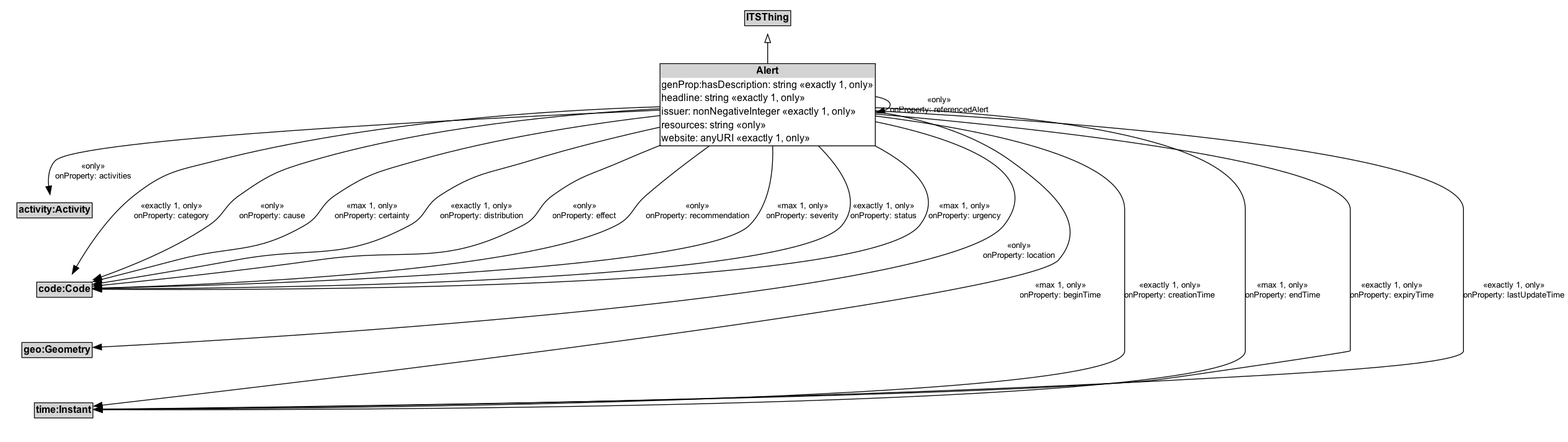
The Graphviz diagram docs/diagrams/Alert.png in k-vaughn/5087, before a commit. Its source is kept beside it as docs/diagrams/Alert.dot. Source of this version:
```dot
digraph {
	graph [overlap=false rankdir=TB splines=true]
	node [fontname=Arial fontsize=12 margin=0 shape=none]
	edge [fontname=Arial fontsize=10]
	ITSThing [label=<<TABLE BORDER="1" CELLBORDER="0" CELLSPACING="0" CELLPADDING="1"><TR><TD BGCOLOR="lightgray" ALIGN="CENTER"><B>ITSThing</B></TD></TR></TABLE>> margin=0]
	{
		rank=max
		Alert [label=<<TABLE BORDER="1" CELLBORDER="0" CELLSPACING="0" CELLPADDING="1"><TR><TD BGCOLOR="lightgray" ALIGN="CENTER" PORT="e"><B>Alert</B></TD></TR><TR><TD ALIGN="LEFT">genProp:hasDescription: string «exactly 1, only»</TD></TR><TR><TD ALIGN="LEFT">headline: string «exactly 1, only»</TD></TR><TR><TD ALIGN="LEFT">issuer: nonNegativeInteger «exactly 1, only»</TD></TR><TR><TD ALIGN="LEFT">resources: string «only»</TD></TR><TR><TD ALIGN="LEFT">website: anyURI «exactly 1, only»</TD></TR></TABLE>> margin=0]
	}
	subgraph cluster_associated {
		label="" style=invis
		Invis [label=<<TABLE BORDER="0" CELLBORDER="0" CELLSPACING="0" CELLPADDING="1"><TR><TD></TD></TR></TABLE>> margin=0 style=invis]
		activity_Activity [label=<<TABLE BORDER="1" CELLBORDER="0" CELLSPACING="0" CELLPADDING="1"><TR><TD BGCOLOR="lightgray" ALIGN="CENTER"><B>activity:Activity</B></TD></TR></TABLE>> margin=0]
		code_Code [label=<<TABLE BORDER="1" CELLBORDER="0" CELLSPACING="0" CELLPADDING="1"><TR><TD BGCOLOR="lightgray" ALIGN="CENTER"><B>code:Code</B></TD></TR></TABLE>> margin=0]
		geo_Geometry [label=<<TABLE BORDER="1" CELLBORDER="0" CELLSPACING="0" CELLPADDING="1"><TR><TD BGCOLOR="lightgray" ALIGN="CENTER"><B>geo:Geometry</B></TD></TR></TABLE>> margin=0]
		time_Instant [label=<<TABLE BORDER="1" CELLBORDER="0" CELLSPACING="0" CELLPADDING="1"><TR><TD BGCOLOR="lightgray" ALIGN="CENTER"><B>time:Instant</B></TD></TR></TABLE>> margin=0]
	}
	Alert -> ITSThing [arrowhead=onormal style=solid]
	Alert -> Invis [style=invis]
	Invis -> activity_Activity [style=invis]
	activity_Activity -> code_Code [style=invis]
	code_Code -> geo_Geometry [style=invis]
	geo_Geometry -> time_Instant [style=invis]
	Alert -> activity_Activity [label="«only»\nonProperty: activities" arrowhead=normal style=solid]
	Alert -> time_Instant [label="«max 1, only»\nonProperty: beginTime" arrowhead=normal style=solid]
	Alert -> code_Code [label="«exactly 1, only»\nonProperty: category" arrowhead=normal style=solid]
	Alert -> code_Code [label="«only»\nonProperty: cause" arrowhead=normal style=solid]
	Alert -> code_Code [label="«max 1, only»\nonProperty: certainty" arrowhead=normal style=solid]
	Alert -> time_Instant [label="«exactly 1, only»\nonProperty: creationTime" arrowhead=normal style=solid]
	Alert -> code_Code [label="«exactly 1, only»\nonProperty: distribution" arrowhead=normal style=solid]
	Alert -> code_Code [label="«only»\nonProperty: effect" arrowhead=normal style=solid]
	Alert -> time_Instant [label="«max 1, only»\nonProperty: endTime" arrowhead=normal style=solid]
	Alert -> time_Instant [label="«exactly 1, only»\nonProperty: expiryTime" arrowhead=normal style=solid]
	Alert -> time_Instant [label="«exactly 1, only»\nonProperty: lastUpdateTime" arrowhead=normal style=solid]
	Alert -> geo_Geometry [label="«only»\nonProperty: location" arrowhead=normal style=solid]
	Alert -> code_Code [label="«only»\nonProperty: recommendation" arrowhead=normal style=solid]
	Alert -> Alert [label="«only»\nonProperty: referencedAlert" style=solid]
	Alert -> code_Code [label="«max 1, only»\nonProperty: severity" arrowhead=normal style=solid]
	Alert -> code_Code [label="«exactly 1, only»\nonProperty: status" arrowhead=normal style=solid]
	Alert -> code_Code [label="«max 1, only»\nonProperty: urgency" arrowhead=normal style=solid]
}
```
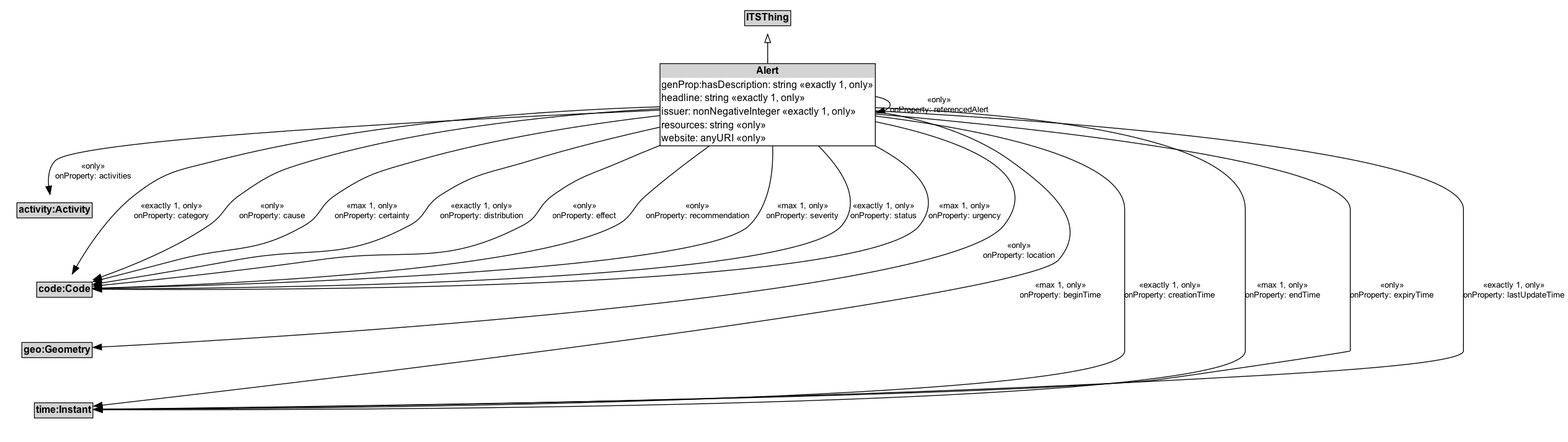
The same diagram one commit later.

What changed in the source:
```diff
@@ -5,7 +5,7 @@
 	ITSThing [label=<<TABLE BORDER="1" CELLBORDER="0" CELLSPACING="0" CELLPADDING="1"><TR><TD BGCOLOR="lightgray" ALIGN="CENTER"><B>ITSThing</B></TD></TR></TABLE>> margin=0]
 	{
 		rank=max
-		Alert [label=<<TABLE BORDER="1" CELLBORDER="0" CELLSPACING="0" CELLPADDING="1"><TR><TD BGCOLOR="lightgray" ALIGN="CENTER" PORT="e"><B>Alert</B></TD></TR><TR><TD ALIGN="LEFT">genProp:hasDescription: string «exactly 1, only»</TD></TR><TR><TD ALIGN="LEFT">headline: string «exactly 1, only»</TD></TR><TR><TD ALIGN="LEFT">issuer: nonNegativeInteger «exactly 1, only»</TD></TR><TR><TD ALIGN="LEFT">resources: string «only»</TD></TR><TR><TD ALIGN="LEFT">website: anyURI «exactly 1, only»</TD></TR></TABLE>> margin=0]
+		Alert [label=<<TABLE BORDER="1" CELLBORDER="0" CELLSPACING="0" CELLPADDING="1"><TR><TD BGCOLOR="lightgray" ALIGN="CENTER" PORT="e"><B>Alert</B></TD></TR><TR><TD ALIGN="LEFT">genProp:hasDescription: string «exactly 1, only»</TD></TR><TR><TD ALIGN="LEFT">headline: string «exactly 1, only»</TD></TR><TR><TD ALIGN="LEFT">issuer: nonNegativeInteger «exactly 1, only»</TD></TR><TR><TD ALIGN="LEFT">resources: string «only»</TD></TR><TR><TD ALIGN="LEFT">website: anyURI «only»</TD></TR></TABLE>> margin=0]
 	}
 	subgraph cluster_associated {
 		label="" style=invis
@@ -30,7 +30,7 @@
 	Alert -> code_Code [label="«exactly 1, only»\nonProperty: distribution" arrowhead=normal style=solid]
 	Alert -> code_Code [label="«only»\nonProperty: effect" arrowhead=normal style=solid]
 	Alert -> time_Instant [label="«max 1, only»\nonProperty: endTime" arrowhead=normal style=solid]
-	Alert -> time_Instant [label="«exactly 1, only»\nonProperty: expiryTime" arrowhead=normal style=solid]
+	Alert -> time_Instant [label="«only»\nonProperty: expiryTime" arrowhead=normal style=solid]
 	Alert -> time_Instant [label="«exactly 1, only»\nonProperty: lastUpdateTime" arrowhead=normal style=solid]
 	Alert -> geo_Geometry [label="«only»\nonProperty: location" arrowhead=normal style=solid]
 	Alert -> code_Code [label="«only»\nonProperty: recommendation" arrowhead=normal style=solid]
```
